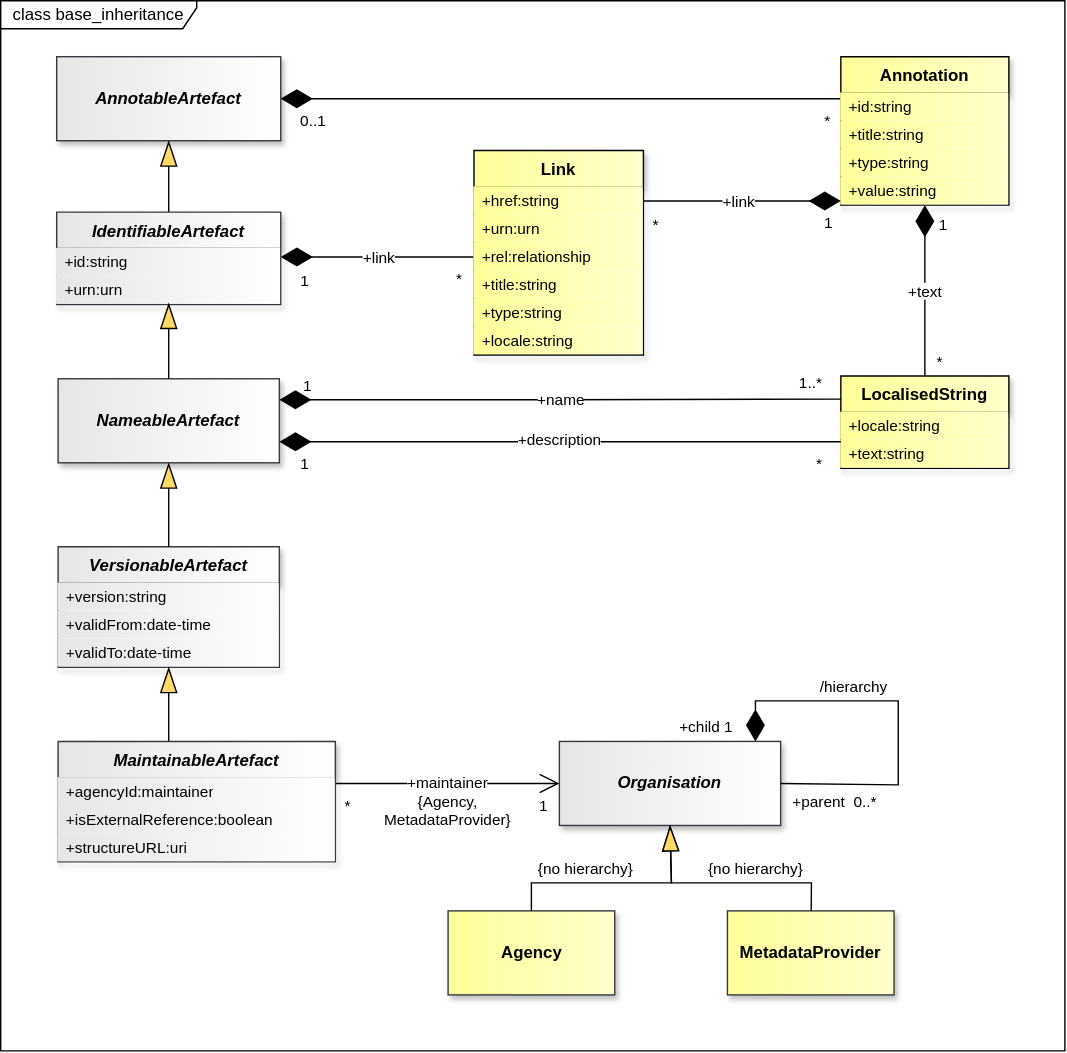
sdmx-twg/sdmx-im keeps this draw.io diagram as docs/information_model/media/sdmx_base-base_inheritance.svg. Above is the earlier version. Source tidied: cells renumbered, new cells last; positions are measured from the earlier drawing's top-left corner, leaving out a move shared by most shapes.
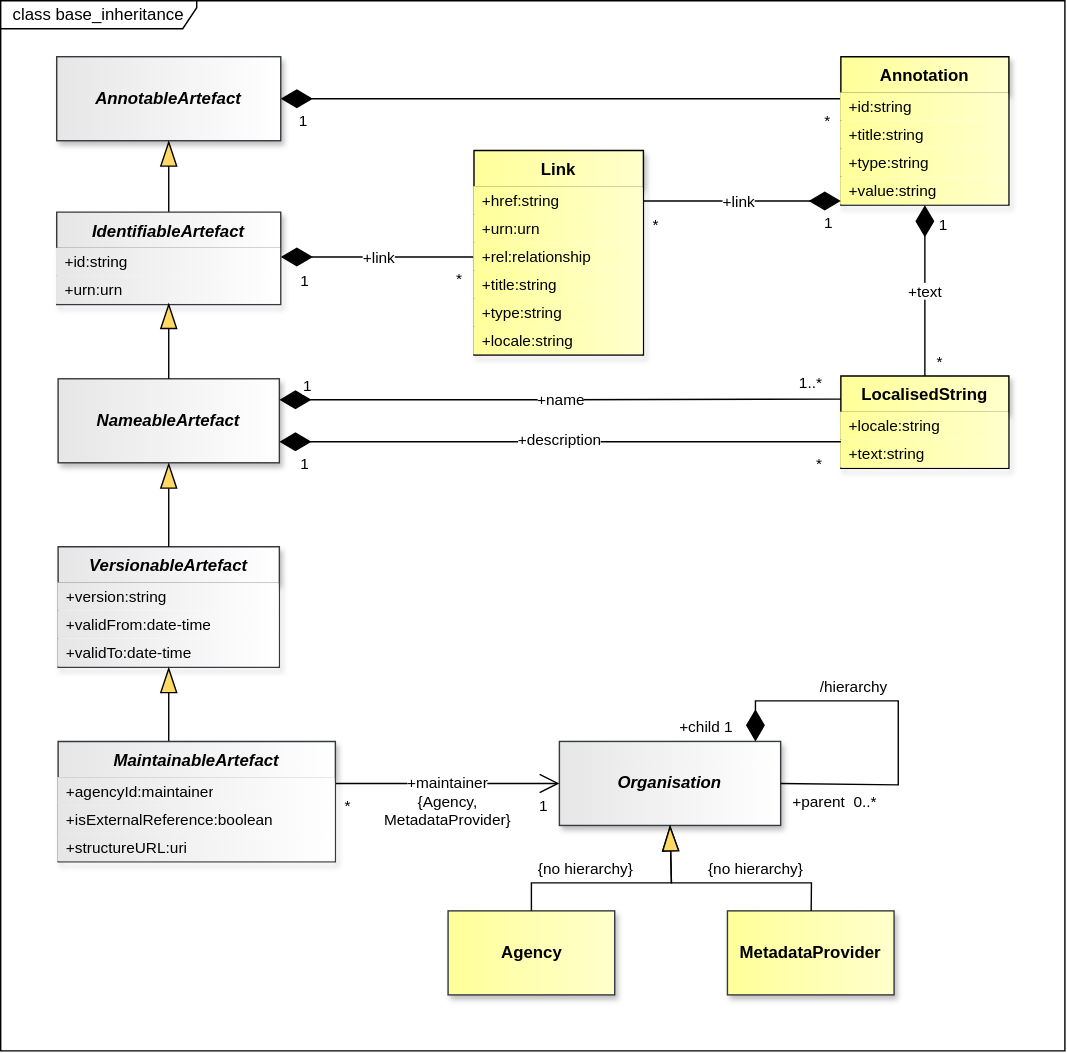
The same diagram one commit later.

Change to the diagram source:
```diff
@@ -90,9 +90,9 @@
         <mxPoint x="-7" y="-3" as="offset" />
       </mxGeometry>
     </mxCell>
-    <mxCell id="29" value="0..1" style="edgeLabel;html=1;align=center;verticalAlign=middle;fontSize=11;" parent="27" vertex="1">
+    <mxCell id="29" value="1" style="edgeLabel;html=1;align=center;verticalAlign=middle;fontSize=11;" parent="27" vertex="1">
       <mxGeometry x="-0.91" y="-2" relative="1" as="geometry">
-        <mxPoint x="5" y="13" as="offset" />
+        <mxPoint x="-2" y="13" as="offset" />
       </mxGeometry>
     </mxCell>
     <mxCell id="30" style="endArrow=none;html=1;endSize=12;startArrow=diamondThin;startSize=20;startFill=1;edgeStyle=orthogonalEdgeStyle;rounded=0;exitX=1;exitY=0.5;exitDx=0;exitDy=0;endFill=0;strokeColor=light-dark(#000000,#FFFFFF);fontColor=light-dark(#000000,#FFFFFF);labelBackgroundColor=none;entryX=0;entryY=0.5;entryDx=0;entryDy=0;" parent="1" edge="1" target="55">
```
